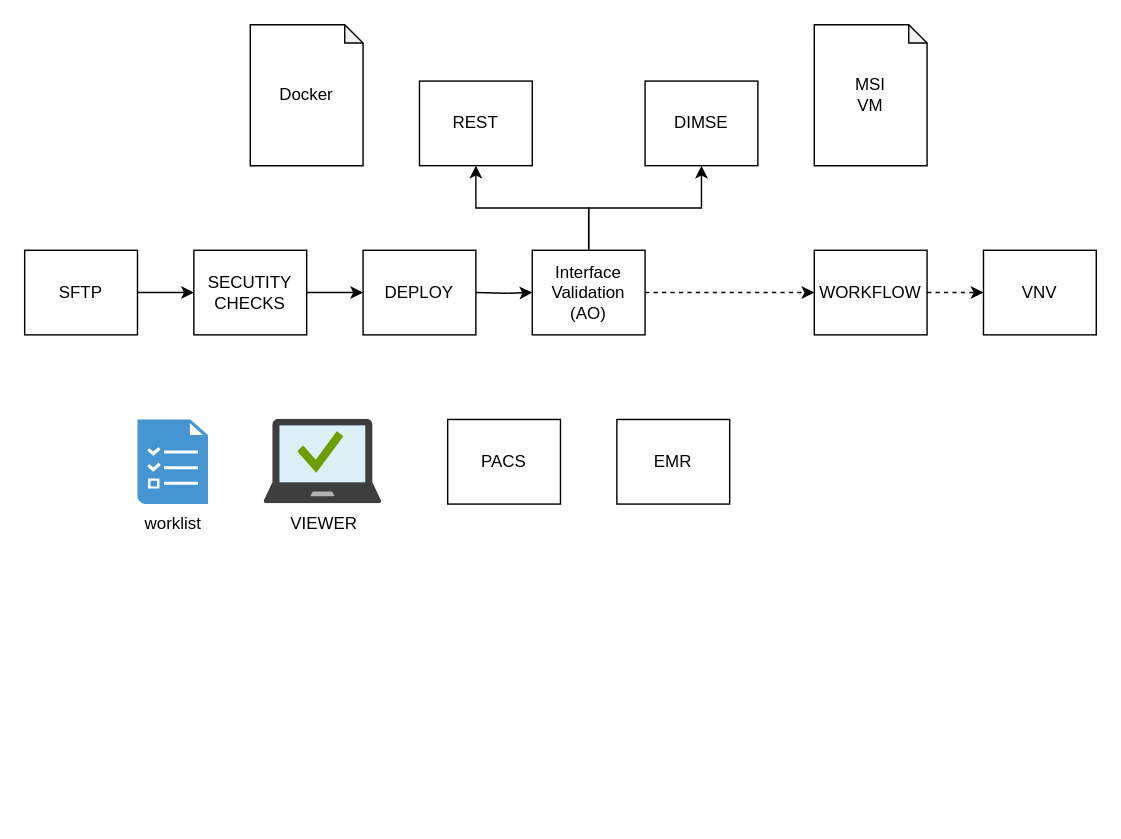
Above: Ecosystem Hub Spoke.drawio in rahoolp/gediagrams (draw.io), before the change. Source tidied: cells renumbered, new cells numbered last; positions are measured from the earlier drawing's top-left corner, leaving out a move shared by most shapes. Both pictures are drawn from the tidied source at 141%, with x=0, y=0 at pixel (24, 24).
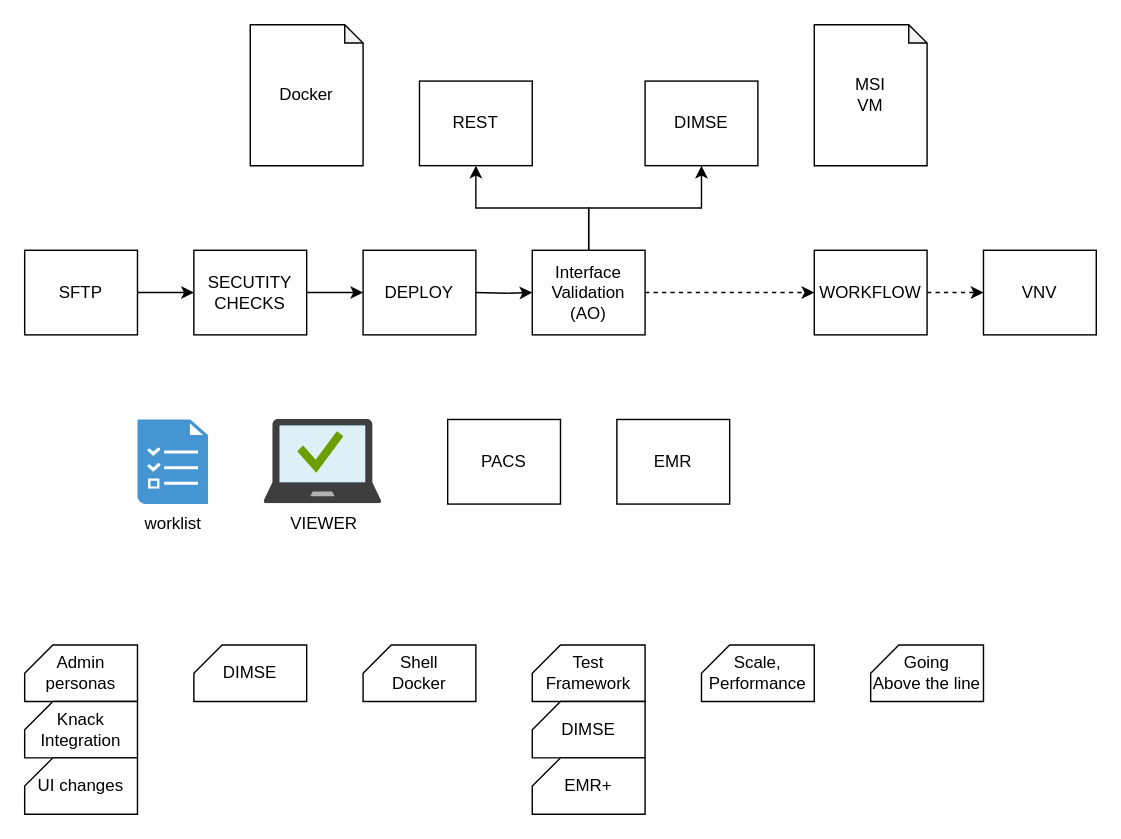
Above is the later version.

Unchanged cells that the change refers to:
```xml
<mxCell id="7" value="Interface Validation&lt;br&gt;(AO)" style="rounded=0;whiteSpace=wrap;html=1;" parent="1" vertex="1">
  <mxGeometry x="360" y="160" width="80" height="60" as="geometry" />
</mxCell>
```

Diff of the diagram source:
```diff
@@
-    <mxCell id="12" style="edgeStyle=orthogonalEdgeStyle;rounded=0;jettySize=auto;html=1;" parent="1" edge="1" target="7">
-      <mxGeometry relative="1" as="geometry">
-        <mxPoint x="320" y="190" as="sourcePoint" />
-      </mxGeometry>
-    </mxCell>
+    <mxCell id="23" style="edgeStyle=orthogonalEdgeStyle;rounded=0;jettySize=auto;html=1;" parent="1" edge="1" target="7">
+      <mxGeometry relative="1" as="geometry">
+        <mxPoint x="320" y="190" as="sourcePoint" />
+      </mxGeometry>
+    </mxCell>
@@
+    <mxCell id="24" value="Admin personas" style="shape=card;whiteSpace=wrap;html=1;size=20;" parent="1" vertex="1">
+      <mxGeometry y="440" width="80" height="40" as="geometry" />
+    </mxCell>
+    <mxCell id="25" value="Knack&lt;br&gt;Integration" style="shape=card;whiteSpace=wrap;html=1;size=20;" parent="1" vertex="1">
+      <mxGeometry y="480" width="80" height="40" as="geometry" />
+    </mxCell>
+    <mxCell id="26" value="UI changes" style="shape=card;whiteSpace=wrap;html=1;size=20;" parent="1" vertex="1">
+      <mxGeometry y="520" width="80" height="40" as="geometry" />
+    </mxCell>
+    <mxCell id="27" value="DIMSE" style="shape=card;whiteSpace=wrap;html=1;size=20;" parent="1" vertex="1">
+      <mxGeometry x="120" y="440" width="80" height="40" as="geometry" />
+    </mxCell>
+    <mxCell id="28" value="Shell &lt;br&gt;Docker" style="shape=card;whiteSpace=wrap;html=1;size=20;" parent="1" vertex="1">
+      <mxGeometry x="240" y="440" width="80" height="40" as="geometry" />
+    </mxCell>
+    <mxCell id="29" value="Test Framework" style="shape=card;whiteSpace=wrap;html=1;size=20;" parent="1" vertex="1">
+      <mxGeometry x="360" y="440" width="80" height="40" as="geometry" />
+    </mxCell>
+    <mxCell id="30" value="Going &lt;br&gt;Above the line" style="shape=card;whiteSpace=wrap;html=1;size=20;" parent="1" vertex="1">
+      <mxGeometry x="600" y="440" width="80" height="40" as="geometry" />
+    </mxCell>
+    <mxCell id="31" value="DIMSE" style="shape=card;whiteSpace=wrap;html=1;size=20;" parent="1" vertex="1">
+      <mxGeometry x="360" y="480" width="80" height="40" as="geometry" />
+    </mxCell>
+    <mxCell id="32" value="EMR+" style="shape=card;whiteSpace=wrap;html=1;size=20;" parent="1" vertex="1">
+      <mxGeometry x="360" y="520" width="80" height="40" as="geometry" />
+    </mxCell>
+    <mxCell id="33" value="Scale,&lt;br&gt;Performance" style="shape=card;whiteSpace=wrap;html=1;size=20;" parent="1" vertex="1">
+      <mxGeometry x="480" y="440" width="80" height="40" as="geometry" />
+    </mxCell>
```
